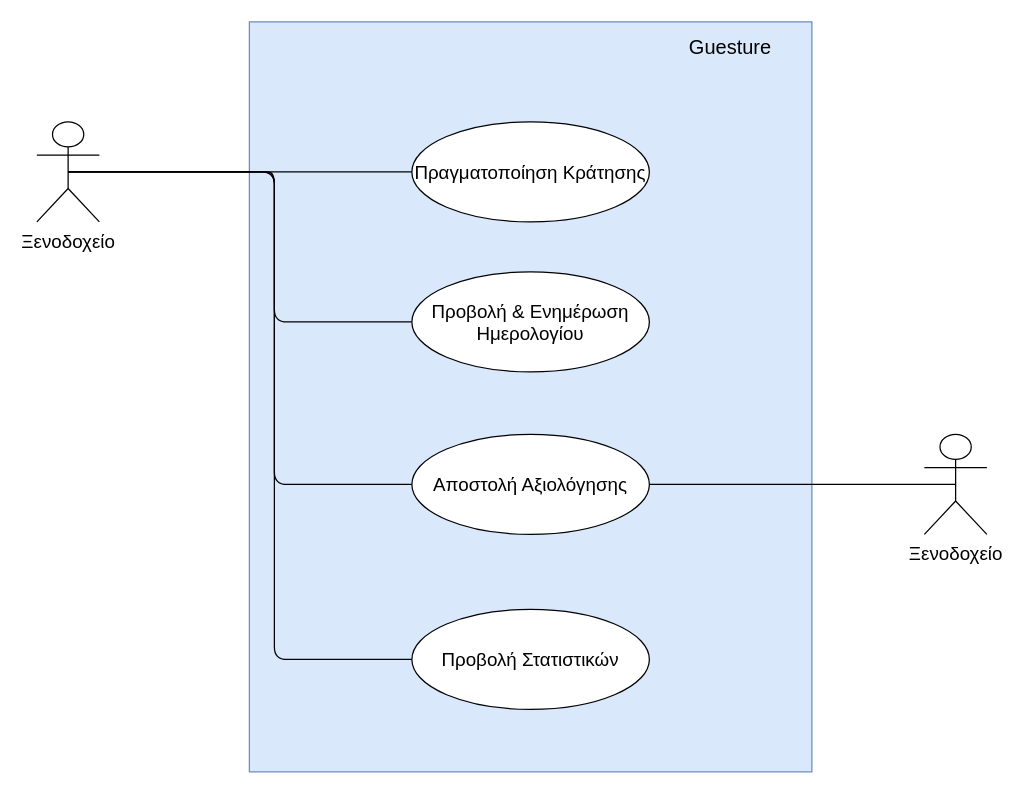
Above: use_case/use_case.drawio in nataliaKat/Guesture (draw.io), before the change. Source tidied: cells renumbered, new cells numbered last; positions are measured from the earlier drawing's top-left corner, leaving out a move shared by most shapes. Both pictures are drawn from the tidied source at 125%, with x=0, y=0 at pixel (36, 21).
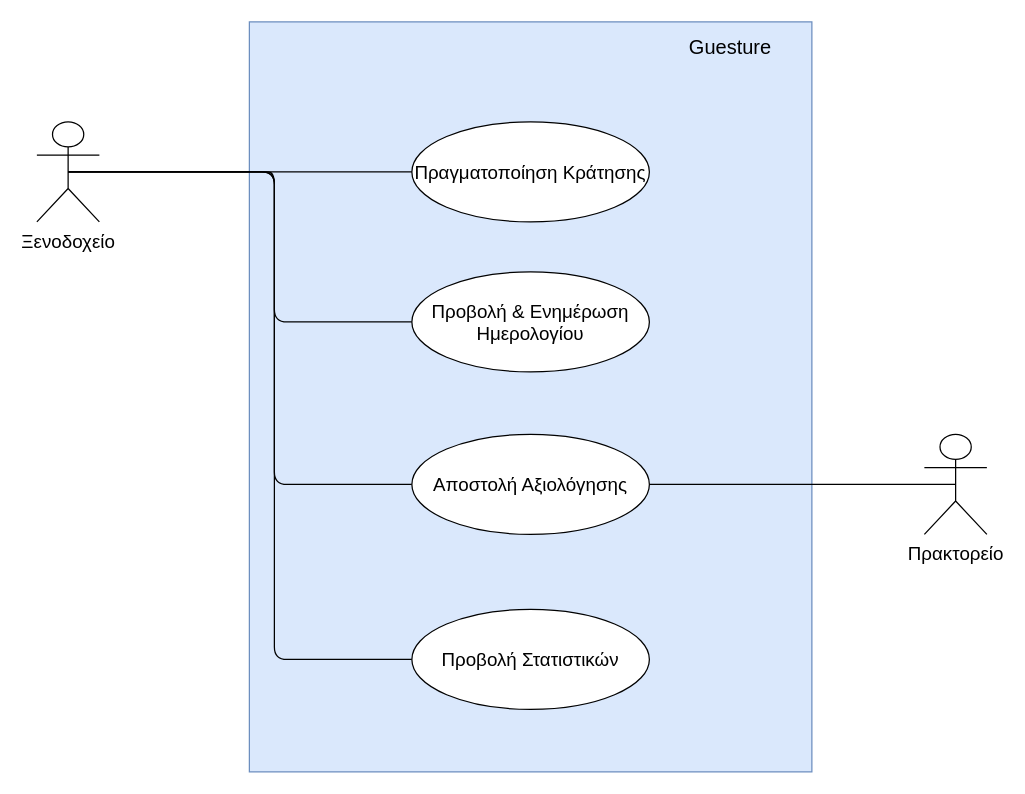
The same diagram, later.

Commit message (it also covers changes not shown here):
Fix use case

Change to the diagram source:
```diff
@@
-    <mxCell id="14" value="Ξενοδοχείο" style="shape=umlActor;verticalLabelPosition=bottom;verticalAlign=top;html=1;outlineConnect=0;fontSize=15;" parent="1" vertex="1">
+    <mxCell id="14" value="Πρακτορείο" style="shape=umlActor;verticalLabelPosition=bottom;verticalAlign=top;html=1;outlineConnect=0;fontSize=15;" parent="1" vertex="1">
       <mxGeometry x="710" y="330" width="50" height="80" as="geometry" />
     </mxCell>
```
